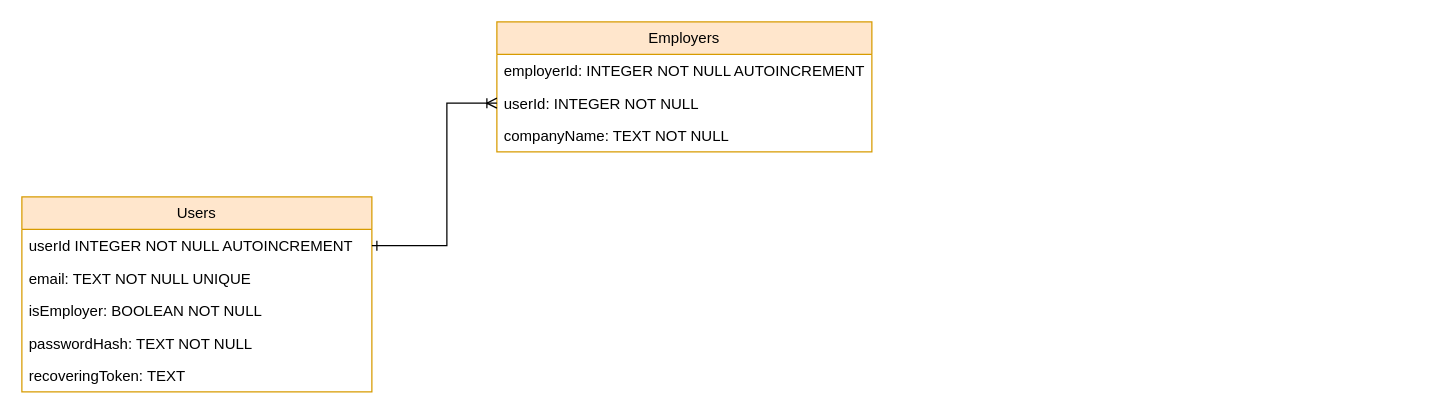
Before: Задание_3/Диаграммы/db.drawio in Nochoooo/micro_engineering, a draw.io diagram. Source tidied: cells renumbered, new cells numbered last; positions are measured from the earlier drawing's top-left corner, leaving out a move shared by most shapes. Both pictures are drawn from the tidied source at 125%, with x=0, y=0 at pixel (21, 21).
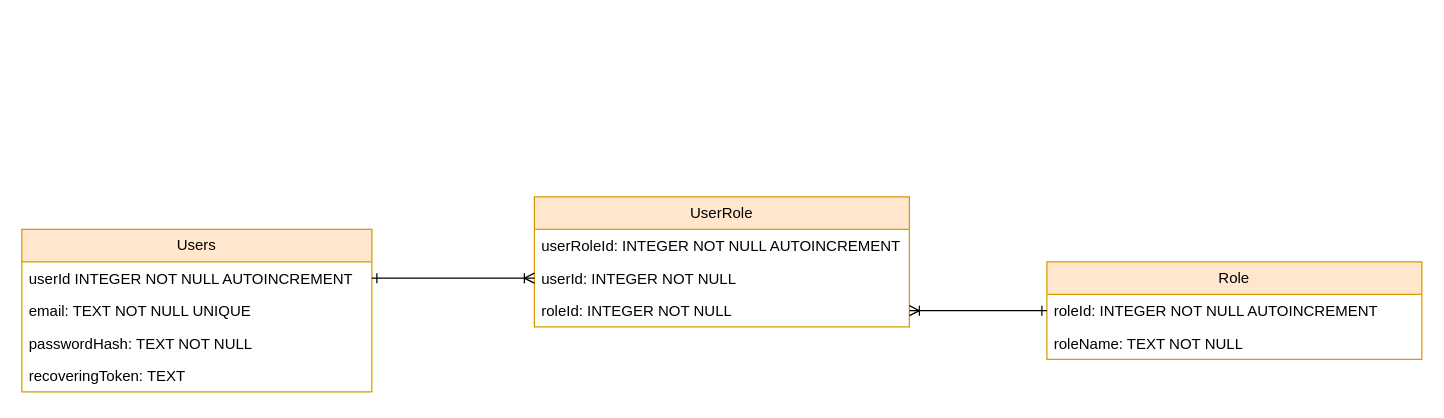
The same page after the edit.

Change to the diagram source:
```diff
@@
 <mxGraphModel>
   <root>
     <mxCell id="0" />
     <mxCell id="1" parent="0" />
     <mxCell id="2" value="Users" style="swimlane;fontStyle=0;horizontal=1;startSize=26;fillColor=#ffe6cc;whiteSpace=wrap;html=1;strokeColor=#d79b00;" parent="1" vertex="1">
-      <mxGeometry y="140" width="280" height="156" as="geometry" />
+      <mxGeometry y="166" width="280" height="130" as="geometry" />
     </mxCell>
     <mxCell id="3" value="userId INTEGER NOT NULL AUTOINCREMENT" style="text;strokeColor=none;fillColor=none;align=left;verticalAlign=top;spacingLeft=4;spacingRight=4;overflow=hidden;points=[[0,0.5],[1,0.5]];portConstraint=eastwest;whiteSpace=wrap;html=1;" parent="2" vertex="1">
       <mxGeometry y="26" width="280" height="26" as="geometry" />
     </mxCell>
     <mxCell id="4" value="email: TEXT NOT NULL UNIQUE" style="text;strokeColor=none;fillColor=none;align=left;verticalAlign=top;spacingLeft=4;spacingRight=4;overflow=hidden;whiteSpace=wrap;html=1;" parent="2" vertex="1">
       <mxGeometry y="52" width="280" height="26" as="geometry" />
     </mxCell>
-    <mxCell id="5" value="isEmployer: BOOLEAN NOT NULL" style="text;strokeColor=none;fillColor=none;align=left;verticalAlign=top;spacingLeft=4;spacingRight=4;overflow=hidden;whiteSpace=wrap;html=1;" parent="2" vertex="1">
-      <mxGeometry y="78" width="280" height="26" as="geometry" />
-    </mxCell>
     <mxCell id="6" value="passwordHash: TEXT NOT NULL" style="text;strokeColor=none;fillColor=none;align=left;verticalAlign=top;spacingLeft=4;spacingRight=4;overflow=hidden;whiteSpace=wrap;html=1;" parent="2" vertex="1">
-      <mxGeometry y="104" width="280" height="26" as="geometry" />
+      <mxGeometry y="78" width="280" height="26" as="geometry" />
     </mxCell>
     <mxCell id="7" value="recoveringToken: TEXT" style="text;strokeColor=none;fillColor=none;align=left;verticalAlign=top;spacingLeft=4;spacingRight=4;overflow=hidden;whiteSpace=wrap;html=1;" parent="2" vertex="1">
-      <mxGeometry y="130" width="280" height="26" as="geometry" />
+      <mxGeometry y="104" width="280" height="26" as="geometry" />
     </mxCell>
-    <mxCell id="8" value="Employers" style="swimlane;fontStyle=0;horizontal=1;startSize=26;fillColor=#ffe6cc;whiteSpace=wrap;html=1;strokeColor=#d79b00;" parent="1" vertex="1">
-      <mxGeometry x="380" width="300" height="104" as="geometry" />
+    <mxCell id="8" value="UserRole" style="swimlane;fontStyle=0;horizontal=1;startSize=26;fillColor=#ffe6cc;whiteSpace=wrap;html=1;strokeColor=#d79b00;" parent="1" vertex="1">
+      <mxGeometry x="410" y="140" width="300" height="104" as="geometry" />
     </mxCell>
-    <mxCell id="9" value="employerId: INTEGER NOT NULL AUTOINCREMENT" style="text;strokeColor=none;fillColor=none;align=left;verticalAlign=top;spacingLeft=4;spacingRight=4;overflow=hidden;whiteSpace=wrap;html=1;" parent="8" vertex="1">
+    <mxCell id="9" value="userRoleId: INTEGER NOT NULL AUTOINCREMENT" style="text;strokeColor=none;fillColor=none;align=left;verticalAlign=top;spacingLeft=4;spacingRight=4;overflow=hidden;whiteSpace=wrap;html=1;" parent="8" vertex="1">
       <mxGeometry y="26" width="300" height="26" as="geometry" />
     </mxCell>
     <mxCell id="10" value="userId: INTEGER NOT NULL" style="text;strokeColor=none;fillColor=none;align=left;verticalAlign=top;spacingLeft=4;spacingRight=4;overflow=hidden;points=[[0,0.5],[1,0.5]];portConstraint=eastwest;whiteSpace=wrap;html=1;" parent="8" vertex="1">
       <mxGeometry y="52" width="300" height="26" as="geometry" />
     </mxCell>
-    <mxCell id="11" value="companyName: TEXT NOT NULL" style="text;strokeColor=none;fillColor=none;align=left;verticalAlign=top;spacingLeft=4;spacingRight=4;overflow=hidden;points=[[0,0.5],[1,0.5]];portConstraint=eastwest;whiteSpace=wrap;html=1;" parent="8" vertex="1">
+    <mxCell id="11" value="roleId: INTEGER NOT NULL" style="text;strokeColor=none;fillColor=none;align=left;verticalAlign=top;spacingLeft=4;spacingRight=4;overflow=hidden;points=[[0,0.5],[1,0.5]];portConstraint=eastwest;whiteSpace=wrap;html=1;" parent="8" vertex="1">
       <mxGeometry y="78" width="300" height="26" as="geometry" />
     </mxCell>
-    <mxCell id="12" style="endArrow=ERoneToMany;html=1;rounded=0;entryX=0;entryY=0.5;entryDx=0;entryDy=0;exitX=1;exitY=0.5;exitDx=0;exitDy=0;startArrow=ERone;startFill=0;endFill=0;" parent="1" edge="1" source="3" target="10">
-      <mxGeometry relative="1" as="geometry">
-        <Array as="points">
-          <mxPoint x="340" y="179" />
-          <mxPoint x="340" y="65" />
-        </Array>
-      </mxGeometry>
+    <mxCell id="12" style="endArrow=ERoneToMany;html=1;rounded=0;exitX=1;exitY=0.5;exitDx=0;exitDy=0;startArrow=ERone;startFill=0;endFill=0;entryX=0;entryY=0.5;entryDx=0;entryDy=0;" parent="1" edge="1" source="3" target="10">
+      <mxGeometry relative="1" as="geometry" />
     </mxCell>
+    <mxCell id="13" value="Role" style="swimlane;fontStyle=0;horizontal=1;startSize=26;fillColor=#ffe6cc;whiteSpace=wrap;html=1;strokeColor=#d79b00;" parent="1" vertex="1">
+      <mxGeometry x="820" y="192" width="300" height="78" as="geometry" />
+    </mxCell>
+    <mxCell id="14" value="roleId: INTEGER NOT NULL AUTOINCREMENT" style="text;strokeColor=none;fillColor=none;align=left;verticalAlign=top;spacingLeft=4;spacingRight=4;overflow=hidden;points=[[0,0.5],[1,0.5]];portConstraint=eastwest;whiteSpace=wrap;html=1;" parent="13" vertex="1">
+      <mxGeometry y="26" width="300" height="26" as="geometry" />
+    </mxCell>
+    <mxCell id="15" value="roleName: TEXT NOT NULL" style="text;strokeColor=none;fillColor=none;align=left;verticalAlign=top;spacingLeft=4;spacingRight=4;overflow=hidden;whiteSpace=wrap;html=1;" parent="13" vertex="1">
+      <mxGeometry y="52" width="300" height="26" as="geometry" />
+    </mxCell>
+    <mxCell id="16" style="endArrow=ERoneToMany;html=1;rounded=0;exitX=0;exitY=0.5;exitDx=0;exitDy=0;startArrow=ERone;startFill=0;endFill=0;entryX=1;entryY=0.5;entryDx=0;entryDy=0;" parent="1" edge="1" source="14" target="11">
+      <mxGeometry relative="1" as="geometry" />
+    </mxCell>
   </root>
 </mxGraphModel>
```
